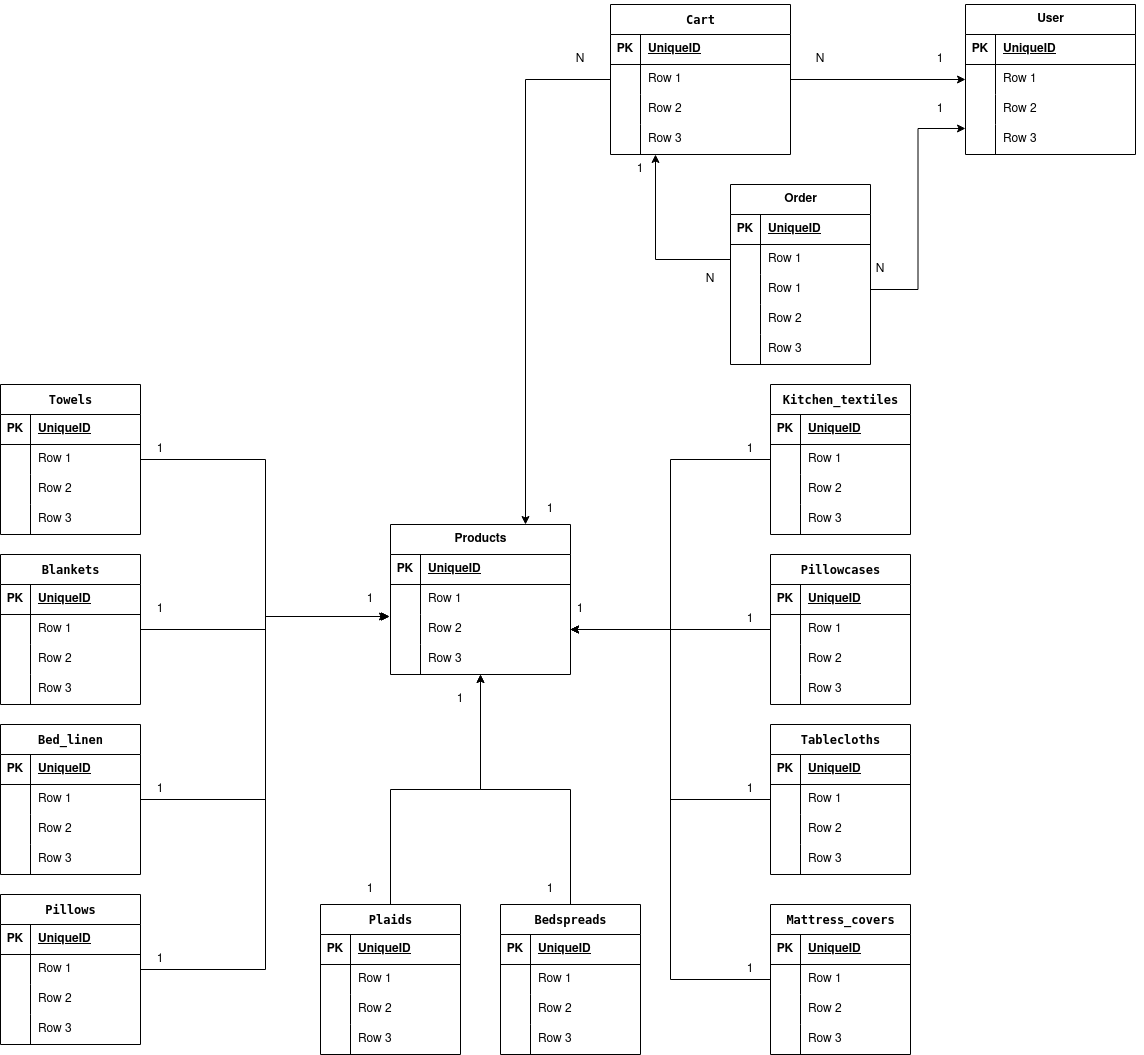
Earlier version of the draw.io export docs/db_schema.drawio.png (Nikita-dro/sonata_textile). Source tidied: cells renumbered, new cells last; positions are measured from the earlier drawing's top-left corner, leaving out a move shared by most shapes.
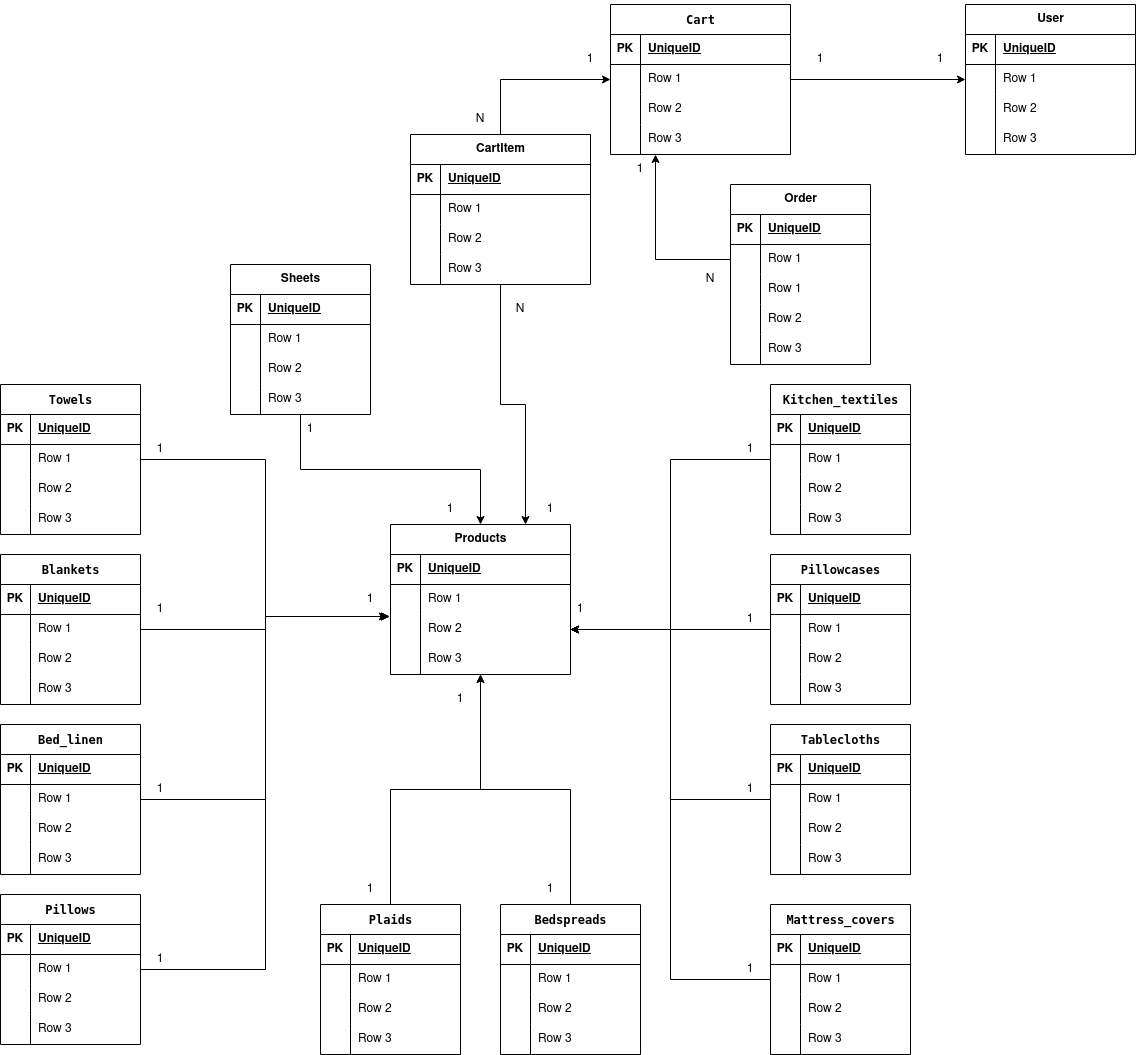
The same diagram one commit later.

Change to the diagram source:
```diff
@@ -590,7 +590,7 @@
     <mxCell id="197" style="edgeStyle=orthogonalEdgeStyle;rounded=0;jettySize=auto;html=1;exitX=1;exitY=0.5;exitDx=0;exitDy=0;entryX=0;entryY=0.5;entryDx=0;entryDy=0;" parent="1" edge="1" source="188" target="6">
       <mxGeometry relative="1" as="geometry" />
     </mxCell>
-    <mxCell id="198" value="N" style="text;html=1;strokeColor=none;fillColor=none;align=center;verticalAlign=middle;whiteSpace=wrap;rounded=0;" parent="1" vertex="1">
+    <mxCell id="198" value="1" style="text;html=1;strokeColor=none;fillColor=none;align=center;verticalAlign=middle;whiteSpace=wrap;rounded=0;" parent="1" vertex="1">
       <mxGeometry x="790" y="40" width="60" height="30" as="geometry" />
     </mxCell>
     <mxCell id="199" value="1" style="text;html=1;strokeColor=none;fillColor=none;align=center;verticalAlign=middle;whiteSpace=wrap;rounded=0;" parent="1" vertex="1">
@@ -644,24 +644,6 @@
     <mxCell id="215" value="Row 3" style="shape=partialRectangle;fillColor=none;top=0;left=0;bottom=0;right=0;align=left;spacingLeft=6;overflow=hidden;whiteSpace=wrap;html=1;" parent="213" vertex="1">
       <mxGeometry x="30" width="110" height="30" as="geometry" />
     </mxCell>
-    <mxCell id="216" style="edgeStyle=orthogonalEdgeStyle;rounded=0;jettySize=auto;html=1;exitX=1;exitY=0.5;exitDx=0;exitDy=0;entryX=0;entryY=1.133;entryDx=0;entryDy=0;entryPerimeter=0;" parent="1" edge="1" source="207" target="9">
-      <mxGeometry relative="1" as="geometry" />
-    </mxCell>
-    <mxCell id="217" value="1" style="text;html=1;strokeColor=none;fillColor=none;align=center;verticalAlign=middle;whiteSpace=wrap;rounded=0;" parent="1" vertex="1">
-      <mxGeometry x="910" y="90" width="60" height="30" as="geometry" />
-    </mxCell>
-    <mxCell id="218" value="N" style="text;html=1;strokeColor=none;fillColor=none;align=center;verticalAlign=middle;whiteSpace=wrap;rounded=0;" parent="1" vertex="1">
-      <mxGeometry x="850" y="250" width="60" height="30" as="geometry" />
-    </mxCell>
-    <mxCell id="219" style="edgeStyle=orthogonalEdgeStyle;rounded=0;jettySize=auto;html=1;exitX=0;exitY=0.5;exitDx=0;exitDy=0;entryX=0.75;entryY=0;entryDx=0;entryDy=0;" parent="1" edge="1" source="188" target="18">
-      <mxGeometry relative="1" as="geometry" />
-    </mxCell>
-    <mxCell id="220" value="N" style="text;html=1;strokeColor=none;fillColor=none;align=center;verticalAlign=middle;whiteSpace=wrap;rounded=0;" parent="1" vertex="1">
-      <mxGeometry x="550" y="40" width="60" height="30" as="geometry" />
-    </mxCell>
-    <mxCell id="221" value="1" style="text;html=1;strokeColor=none;fillColor=none;align=center;verticalAlign=middle;whiteSpace=wrap;rounded=0;" parent="1" vertex="1">
-      <mxGeometry x="520" y="490" width="60" height="30" as="geometry" />
-    </mxCell>
     <mxCell id="222" value="N" style="text;html=1;strokeColor=none;fillColor=none;align=center;verticalAlign=middle;whiteSpace=wrap;rounded=0;" parent="1" vertex="1">
       <mxGeometry x="680" y="260" width="60" height="30" as="geometry" />
     </mxCell>
@@ -671,5 +653,110 @@
     <mxCell id="224" style="edgeStyle=orthogonalEdgeStyle;rounded=0;jettySize=auto;html=1;exitX=0;exitY=0.5;exitDx=0;exitDy=0;entryX=0.25;entryY=1;entryDx=0;entryDy=0;" parent="1" edge="1" source="204" target="184">
       <mxGeometry relative="1" as="geometry" />
     </mxCell>
+    <mxCell id="225" value="Sheets" style="shape=table;startSize=30;rowLines=0;fontStyle=1;align=center;html=1;" parent="1" vertex="1">
+      <mxGeometry x="230" y="260" width="140" height="150" as="geometry" />
+    </mxCell>
+    <mxCell id="226" style="shape=tableRow;horizontal=0;startSize=0;swimlaneHead=0;swimlaneBody=0;fillColor=none;top=0;left=0;right=0;bottom=1;" parent="225" vertex="1">
+      <mxGeometry y="30" width="140" height="30" as="geometry" />
+    </mxCell>
+    <mxCell id="227" value="PK" style="shape=partialRectangle;fillColor=none;top=0;left=0;bottom=0;right=0;fontStyle=1;overflow=hidden;whiteSpace=wrap;html=1;" parent="226" vertex="1">
+      <mxGeometry width="30" height="30" as="geometry" />
+    </mxCell>
+    <mxCell id="228" value="UniqueID" style="shape=partialRectangle;fillColor=none;top=0;left=0;bottom=0;right=0;align=left;spacingLeft=6;fontStyle=5;overflow=hidden;whiteSpace=wrap;html=1;" parent="226" vertex="1">
+      <mxGeometry x="30" width="110" height="30" as="geometry" />
+    </mxCell>
+    <mxCell id="229" style="shape=tableRow;horizontal=0;startSize=0;swimlaneHead=0;swimlaneBody=0;fillColor=none;top=0;left=0;right=0;bottom=0;" parent="225" vertex="1">
+      <mxGeometry y="60" width="140" height="30" as="geometry" />
+    </mxCell>
+    <mxCell id="230" style="shape=partialRectangle;fillColor=none;top=0;left=0;bottom=0;right=0;overflow=hidden;whiteSpace=wrap;html=1;" parent="229" vertex="1">
+      <mxGeometry width="30" height="30" as="geometry" />
+    </mxCell>
+    <mxCell id="231" value="Row 1" style="shape=partialRectangle;fillColor=none;top=0;left=0;bottom=0;right=0;align=left;spacingLeft=6;overflow=hidden;whiteSpace=wrap;html=1;" parent="229" vertex="1">
+      <mxGeometry x="30" width="110" height="30" as="geometry" />
+    </mxCell>
+    <mxCell id="232" style="shape=tableRow;horizontal=0;startSize=0;swimlaneHead=0;swimlaneBody=0;fillColor=none;top=0;left=0;right=0;bottom=0;" parent="225" vertex="1">
+      <mxGeometry y="90" width="140" height="30" as="geometry" />
+    </mxCell>
+    <mxCell id="233" style="shape=partialRectangle;fillColor=none;top=0;left=0;bottom=0;right=0;overflow=hidden;whiteSpace=wrap;html=1;" parent="232" vertex="1">
+      <mxGeometry width="30" height="30" as="geometry" />
+    </mxCell>
+    <mxCell id="234" value="Row 2" style="shape=partialRectangle;fillColor=none;top=0;left=0;bottom=0;right=0;align=left;spacingLeft=6;overflow=hidden;whiteSpace=wrap;html=1;" parent="232" vertex="1">
+      <mxGeometry x="30" width="110" height="30" as="geometry" />
+    </mxCell>
+    <mxCell id="235" style="shape=tableRow;horizontal=0;startSize=0;swimlaneHead=0;swimlaneBody=0;fillColor=none;top=0;left=0;right=0;bottom=0;" parent="225" vertex="1">
+      <mxGeometry y="120" width="140" height="30" as="geometry" />
+    </mxCell>
+    <mxCell id="236" style="shape=partialRectangle;fillColor=none;top=0;left=0;bottom=0;right=0;overflow=hidden;whiteSpace=wrap;html=1;" parent="235" vertex="1">
+      <mxGeometry width="30" height="30" as="geometry" />
+    </mxCell>
+    <mxCell id="237" value="Row 3" style="shape=partialRectangle;fillColor=none;top=0;left=0;bottom=0;right=0;align=left;spacingLeft=6;overflow=hidden;whiteSpace=wrap;html=1;" parent="235" vertex="1">
+      <mxGeometry x="30" width="110" height="30" as="geometry" />
+    </mxCell>
+    <mxCell id="238" style="edgeStyle=orthogonalEdgeStyle;rounded=0;jettySize=auto;html=1;exitX=0.5;exitY=1;exitDx=0;exitDy=0;" parent="1" edge="1" source="225" target="18">
+      <mxGeometry relative="1" as="geometry" />
+    </mxCell>
+    <mxCell id="239" value="1" style="text;html=1;strokeColor=none;fillColor=none;align=center;verticalAlign=middle;whiteSpace=wrap;rounded=0;" parent="1" vertex="1">
+      <mxGeometry x="280" y="410" width="60" height="30" as="geometry" />
+    </mxCell>
+    <mxCell id="240" value="1" style="text;html=1;strokeColor=none;fillColor=none;align=center;verticalAlign=middle;whiteSpace=wrap;rounded=0;" parent="1" vertex="1">
+      <mxGeometry x="420" y="490" width="60" height="30" as="geometry" />
+    </mxCell>
+    <mxCell id="241" style="edgeStyle=orthogonalEdgeStyle;rounded=0;jettySize=auto;html=1;exitX=0.5;exitY=0;exitDx=0;exitDy=0;entryX=0;entryY=0.5;entryDx=0;entryDy=0;" parent="1" edge="1" source="243" target="188">
+      <mxGeometry relative="1" as="geometry" />
+    </mxCell>
+    <mxCell id="242" style="edgeStyle=orthogonalEdgeStyle;rounded=0;jettySize=auto;html=1;exitX=0.5;exitY=1;exitDx=0;exitDy=0;entryX=0.75;entryY=0;entryDx=0;entryDy=0;" parent="1" edge="1" source="243" target="18">
+      <mxGeometry relative="1" as="geometry" />
+    </mxCell>
+    <mxCell id="243" value="CartItem" style="shape=table;startSize=30;rowLines=0;fontStyle=1;align=center;html=1;" parent="1" vertex="1">
+      <mxGeometry x="410" y="130" width="180" height="150" as="geometry" />
+    </mxCell>
+    <mxCell id="244" style="shape=tableRow;horizontal=0;startSize=0;swimlaneHead=0;swimlaneBody=0;fillColor=none;top=0;left=0;right=0;bottom=1;" parent="243" vertex="1">
+      <mxGeometry y="30" width="180" height="30" as="geometry" />
+    </mxCell>
+    <mxCell id="245" value="PK" style="shape=partialRectangle;fillColor=none;top=0;left=0;bottom=0;right=0;fontStyle=1;overflow=hidden;whiteSpace=wrap;html=1;" parent="244" vertex="1">
+      <mxGeometry width="30" height="30" as="geometry" />
+    </mxCell>
+    <mxCell id="246" value="UniqueID" style="shape=partialRectangle;fillColor=none;top=0;left=0;bottom=0;right=0;align=left;spacingLeft=6;fontStyle=5;overflow=hidden;whiteSpace=wrap;html=1;" parent="244" vertex="1">
+      <mxGeometry x="30" width="150" height="30" as="geometry" />
+    </mxCell>
+    <mxCell id="247" style="shape=tableRow;horizontal=0;startSize=0;swimlaneHead=0;swimlaneBody=0;fillColor=none;top=0;left=0;right=0;bottom=0;" parent="243" vertex="1">
+      <mxGeometry y="60" width="180" height="30" as="geometry" />
+    </mxCell>
+    <mxCell id="248" style="shape=partialRectangle;fillColor=none;top=0;left=0;bottom=0;right=0;overflow=hidden;whiteSpace=wrap;html=1;" parent="247" vertex="1">
+      <mxGeometry width="30" height="30" as="geometry" />
+    </mxCell>
+    <mxCell id="249" value="Row 1" style="shape=partialRectangle;fillColor=none;top=0;left=0;bottom=0;right=0;align=left;spacingLeft=6;overflow=hidden;whiteSpace=wrap;html=1;" parent="247" vertex="1">
+      <mxGeometry x="30" width="150" height="30" as="geometry" />
+    </mxCell>
+    <mxCell id="250" style="shape=tableRow;horizontal=0;startSize=0;swimlaneHead=0;swimlaneBody=0;fillColor=none;top=0;left=0;right=0;bottom=0;" parent="243" vertex="1">
+      <mxGeometry y="90" width="180" height="30" as="geometry" />
+    </mxCell>
+    <mxCell id="251" style="shape=partialRectangle;fillColor=none;top=0;left=0;bottom=0;right=0;overflow=hidden;whiteSpace=wrap;html=1;" parent="250" vertex="1">
+      <mxGeometry width="30" height="30" as="geometry" />
+    </mxCell>
+    <mxCell id="252" value="Row 2" style="shape=partialRectangle;fillColor=none;top=0;left=0;bottom=0;right=0;align=left;spacingLeft=6;overflow=hidden;whiteSpace=wrap;html=1;" parent="250" vertex="1">
+      <mxGeometry x="30" width="150" height="30" as="geometry" />
+    </mxCell>
+    <mxCell id="253" style="shape=tableRow;horizontal=0;startSize=0;swimlaneHead=0;swimlaneBody=0;fillColor=none;top=0;left=0;right=0;bottom=0;" parent="243" vertex="1">
+      <mxGeometry y="120" width="180" height="30" as="geometry" />
+    </mxCell>
+    <mxCell id="254" style="shape=partialRectangle;fillColor=none;top=0;left=0;bottom=0;right=0;overflow=hidden;whiteSpace=wrap;html=1;" parent="253" vertex="1">
+      <mxGeometry width="30" height="30" as="geometry" />
+    </mxCell>
+    <mxCell id="255" value="Row 3" style="shape=partialRectangle;fillColor=none;top=0;left=0;bottom=0;right=0;align=left;spacingLeft=6;overflow=hidden;whiteSpace=wrap;html=1;" parent="253" vertex="1">
+      <mxGeometry x="30" width="150" height="30" as="geometry" />
+    </mxCell>
+    <mxCell id="256" value="N" style="text;html=1;strokeColor=none;fillColor=none;align=center;verticalAlign=middle;whiteSpace=wrap;rounded=0;" parent="1" vertex="1">
+      <mxGeometry x="450" y="100" width="60" height="30" as="geometry" />
+    </mxCell>
+    <mxCell id="257" value="1" style="text;html=1;strokeColor=none;fillColor=none;align=center;verticalAlign=middle;whiteSpace=wrap;rounded=0;" parent="1" vertex="1">
+      <mxGeometry x="560" y="40" width="60" height="30" as="geometry" />
+    </mxCell>
+    <mxCell id="221" value="1" style="text;html=1;strokeColor=none;fillColor=none;align=center;verticalAlign=middle;whiteSpace=wrap;rounded=0;" parent="1" vertex="1">
+      <mxGeometry x="520" y="490" width="60" height="30" as="geometry" />
+    </mxCell>
+    <mxCell id="258" value="N" style="text;html=1;strokeColor=none;fillColor=none;align=center;verticalAlign=middle;whiteSpace=wrap;rounded=0;" parent="1" vertex="1">
+      <mxGeometry x="490" y="290" width="60" height="30" as="geometry" />
+    </mxCell>
   </root>
 </mxGraphModel>
```
